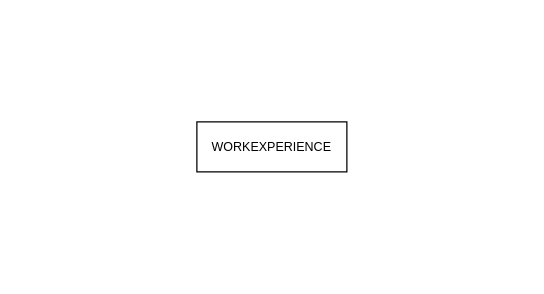
fredrikastjernlof/Lab2_Webbtjanst keeps this draw.io diagram as diagram/er-diagram.drawio. Above is the earlier version. Source tidied: cells renumbered, new cells numbered last; positions are measured from the earlier drawing's top-left corner, leaving out a move shared by most shapes. Both pictures are drawn from the tidied source at 125%, with x=0, y=0 at pixel (196, 121).
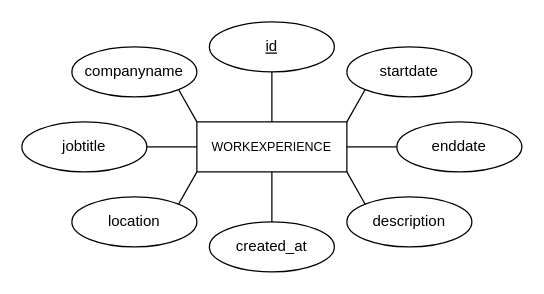
Above is the later version.

Change to the diagram source:
```diff
@@
 <mxGraphModel background="#ffffff">
   <root>
     <mxCell id="0" />
     <mxCell id="1" parent="0" />
     <mxCell id="2" value="&lt;font style=&quot;font-size: 10px;&quot;&gt;WORKEXPERIENCE&lt;/font&gt;" style="whiteSpace=wrap;html=1;align=center;" parent="1" vertex="1">
       <mxGeometry width="120" height="40" as="geometry" />
     </mxCell>
+    <mxCell id="3" value="id" style="ellipse;whiteSpace=wrap;html=1;align=center;fontStyle=4;" parent="1" vertex="1">
+      <mxGeometry x="10" y="-80" width="100" height="40" as="geometry" />
+    </mxCell>
+    <mxCell id="4" value="companyname" style="ellipse;whiteSpace=wrap;html=1;align=center;" parent="1" vertex="1">
+      <mxGeometry x="-100" y="-60" width="100" height="40" as="geometry" />
+    </mxCell>
+    <mxCell id="5" value="jobtitle" style="ellipse;whiteSpace=wrap;html=1;align=center;" parent="1" vertex="1">
+      <mxGeometry x="-140" width="100" height="40" as="geometry" />
+    </mxCell>
+    <mxCell id="6" value="location" style="ellipse;whiteSpace=wrap;html=1;align=center;" parent="1" vertex="1">
+      <mxGeometry x="-100" y="60" width="100" height="40" as="geometry" />
+    </mxCell>
+    <mxCell id="7" value="startdate" style="ellipse;whiteSpace=wrap;html=1;align=center;" parent="1" vertex="1">
+      <mxGeometry x="120" y="-60" width="100" height="40" as="geometry" />
+    </mxCell>
+    <mxCell id="8" value="enddate" style="ellipse;whiteSpace=wrap;html=1;align=center;" parent="1" vertex="1">
+      <mxGeometry x="160" width="100" height="40" as="geometry" />
+    </mxCell>
+    <mxCell id="9" value="description" style="ellipse;whiteSpace=wrap;html=1;align=center;" parent="1" vertex="1">
+      <mxGeometry x="120" y="60" width="100" height="40" as="geometry" />
+    </mxCell>
+    <mxCell id="10" value="created_at" style="ellipse;whiteSpace=wrap;html=1;align=center;" parent="1" vertex="1">
+      <mxGeometry x="10" y="80" width="100" height="40" as="geometry" />
+    </mxCell>
+    <mxCell id="11" style="endArrow=none;html=1;rounded=0;exitX=0.5;exitY=1;exitDx=0;exitDy=0;entryX=0.5;entryY=0;entryDx=0;entryDy=0;" parent="1" edge="1" source="3" target="2">
+      <mxGeometry relative="1" as="geometry" />
+    </mxCell>
+    <mxCell id="12" style="endArrow=none;html=1;rounded=0;exitX=0;exitY=1;exitDx=0;exitDy=0;entryX=1;entryY=0;entryDx=0;entryDy=0;" parent="1" edge="1" source="7" target="2">
+      <mxGeometry relative="1" as="geometry" />
+    </mxCell>
+    <mxCell id="13" style="endArrow=none;html=1;rounded=0;exitX=0;exitY=0.5;exitDx=0;exitDy=0;entryX=1;entryY=0.5;entryDx=0;entryDy=0;" parent="1" edge="1" source="8" target="2">
+      <mxGeometry relative="1" as="geometry" />
+    </mxCell>
+    <mxCell id="14" style="endArrow=none;html=1;rounded=0;exitX=0;exitY=0;exitDx=0;exitDy=0;entryX=1;entryY=1;entryDx=0;entryDy=0;" parent="1" edge="1" source="9" target="2">
+      <mxGeometry relative="1" as="geometry" />
+    </mxCell>
+    <mxCell id="15" style="endArrow=none;html=1;rounded=0;exitX=0.5;exitY=1;exitDx=0;exitDy=0;entryX=0.5;entryY=0;entryDx=0;entryDy=0;" parent="1" edge="1" source="2" target="10">
+      <mxGeometry relative="1" as="geometry" />
+    </mxCell>
+    <mxCell id="16" style="endArrow=none;html=1;rounded=0;exitX=0;exitY=1;exitDx=0;exitDy=0;entryX=1;entryY=0;entryDx=0;entryDy=0;" parent="1" edge="1" source="2" target="6">
+      <mxGeometry relative="1" as="geometry" />
+    </mxCell>
+    <mxCell id="17" style="endArrow=none;html=1;rounded=0;entryX=1;entryY=0.5;entryDx=0;entryDy=0;exitX=0;exitY=0.5;exitDx=0;exitDy=0;" parent="1" edge="1" source="2" target="5">
+      <mxGeometry relative="1" as="geometry" />
+    </mxCell>
+    <mxCell id="18" style="endArrow=none;html=1;rounded=0;exitX=0;exitY=0;exitDx=0;exitDy=0;entryX=1;entryY=1;entryDx=0;entryDy=0;" parent="1" edge="1" source="2" target="4">
+      <mxGeometry relative="1" as="geometry" />
+    </mxCell>
   </root>
 </mxGraphModel>
```
